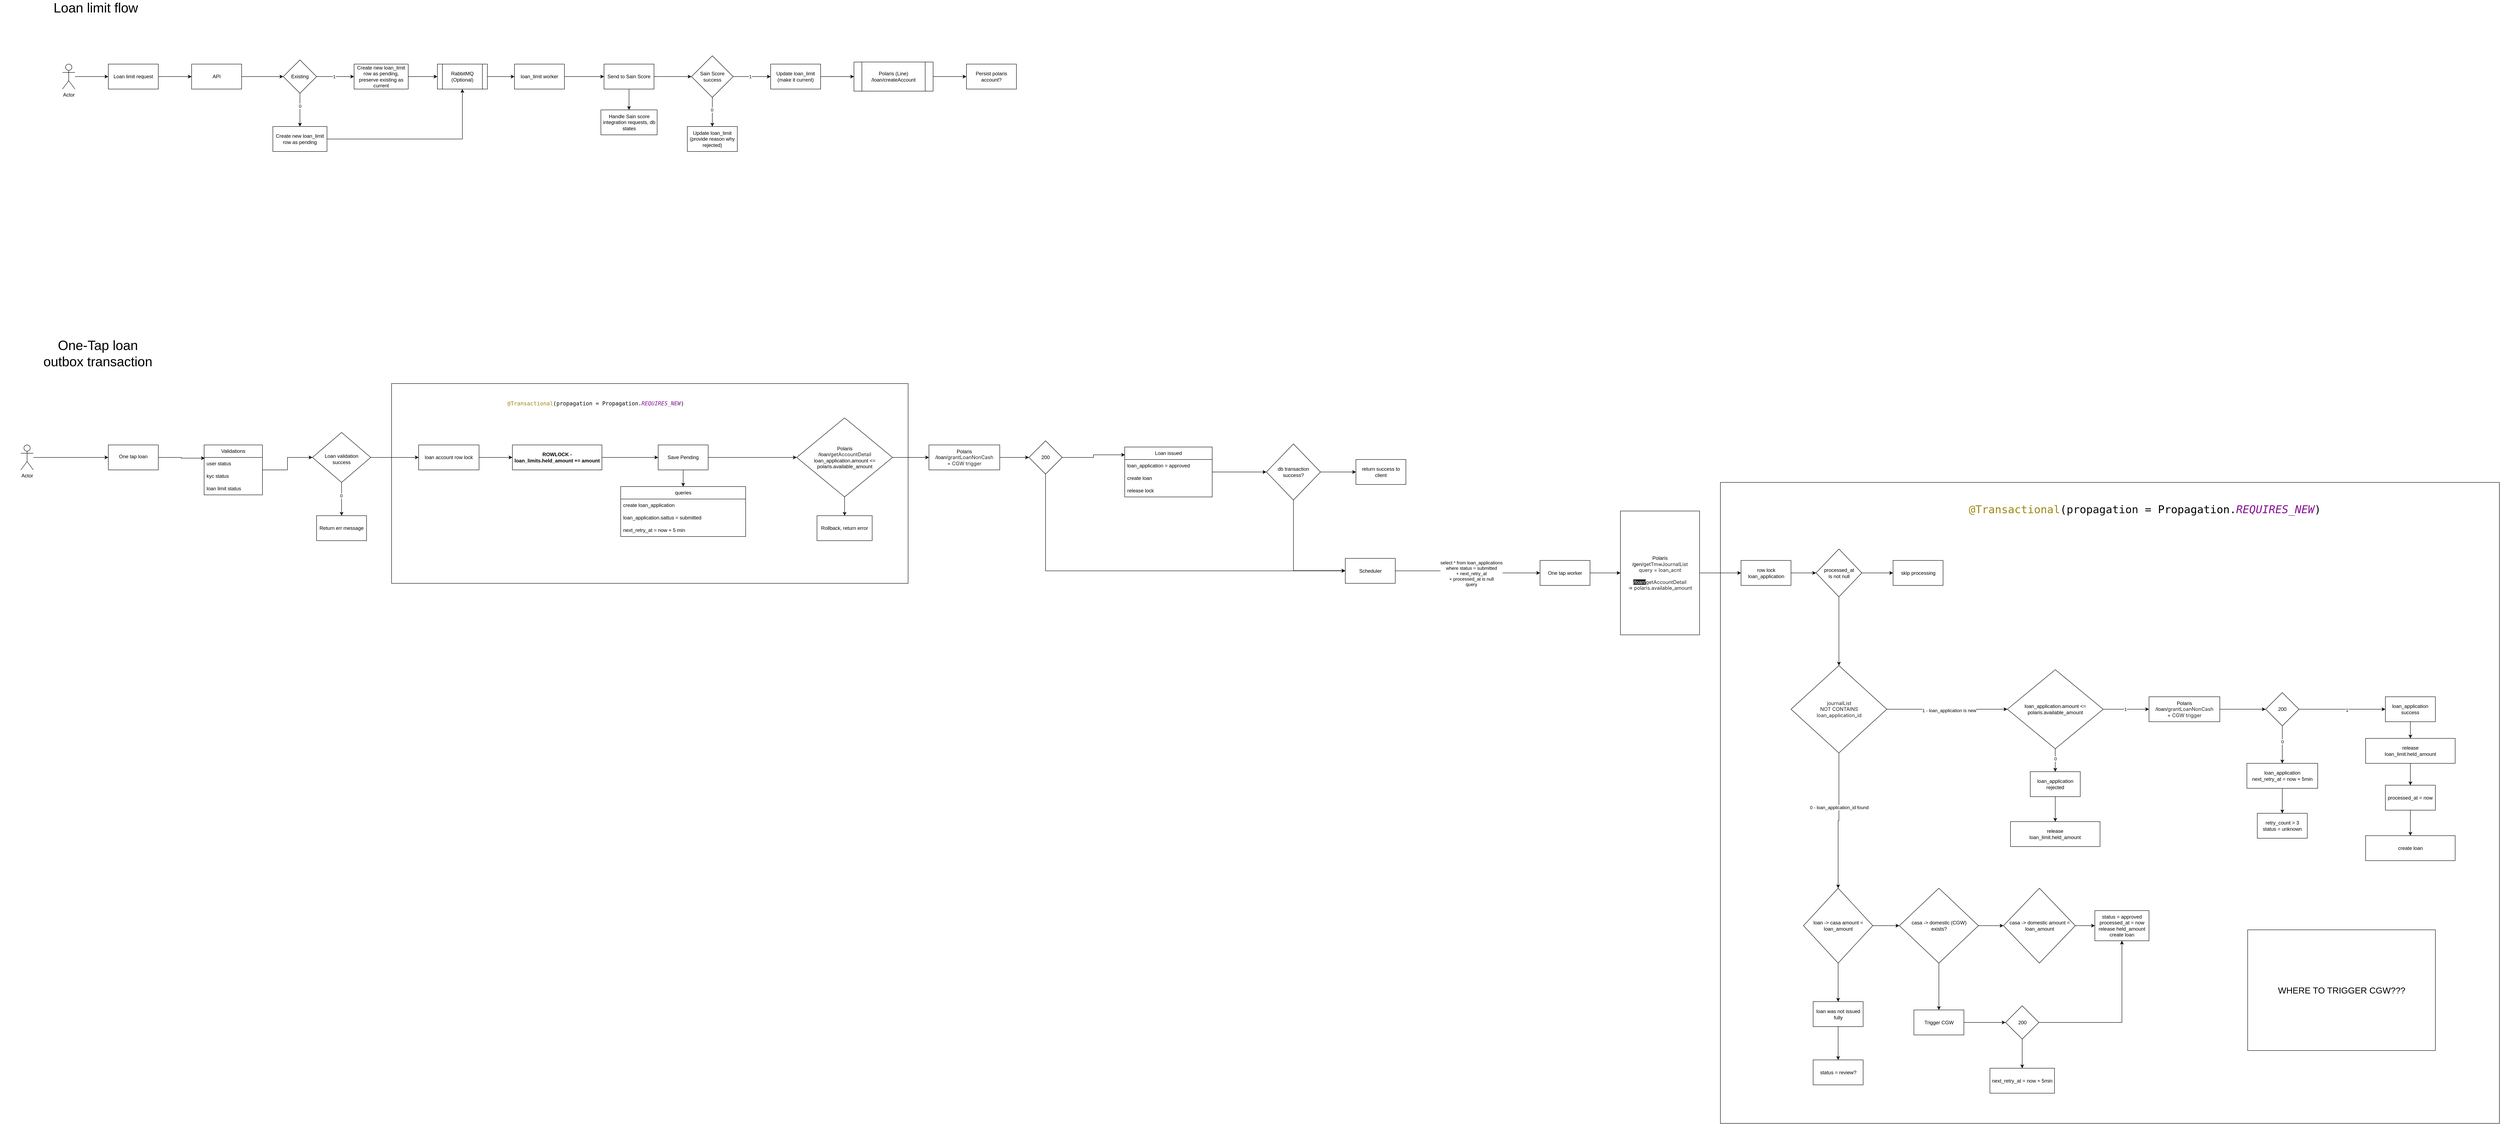
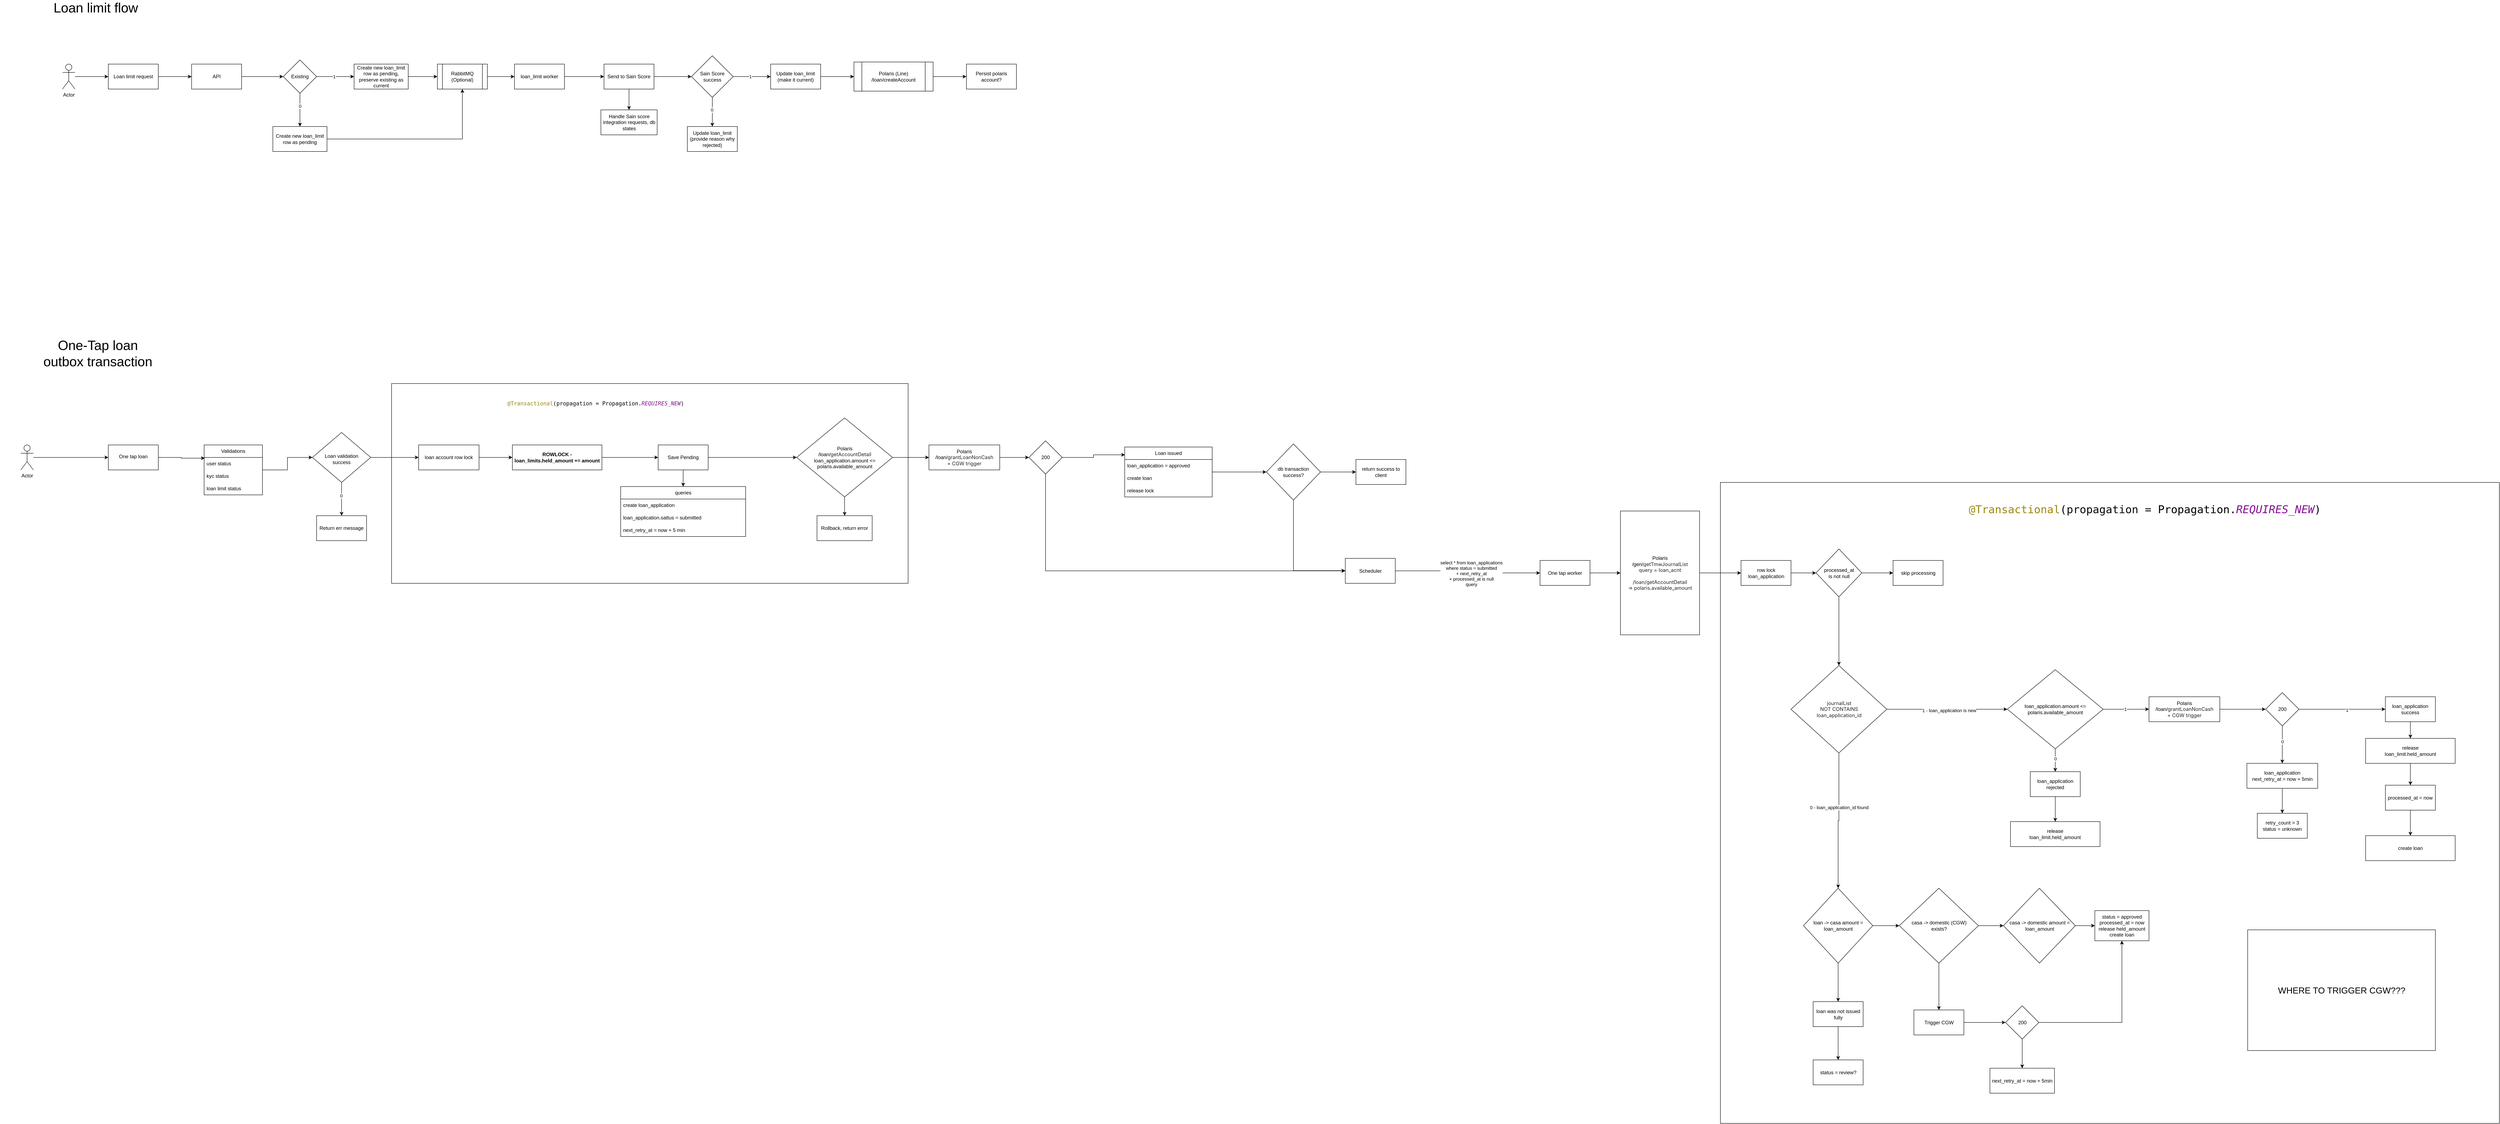
<mxfile host="app.diagrams.net">
  <diagram name="Page-1" id="VCBSuIh8bz7kurrQ0Zaz">
    <mxGraphModel dx="2425" dy="921" grid="1" gridSize="10" guides="1" tooltips="1" connect="1" arrows="1" fold="1" page="1" pageScale="1" pageWidth="850" pageHeight="1100" math="0" shadow="0">
      <root>
        <mxCell id="0" />
        <mxCell id="1" parent="0" />
        <mxCell id="In8fDh9ZLN2M87an2Miy-188" parent="1" style="rounded=0;whiteSpace=wrap;html=1;" value="" vertex="1">
          <mxGeometry height="1540" width="1870" x="4020" y="1215" as="geometry" />
        </mxCell>
        <mxCell id="In8fDh9ZLN2M87an2Miy-172" parent="1" style="rounded=0;whiteSpace=wrap;html=1;" value="" vertex="1">
          <mxGeometry height="480" width="1240" x="830" y="977.5" as="geometry" />
        </mxCell>
        <mxCell id="KqixbsF9o6dLofBvsG9t-5" edge="1" parent="1" source="KqixbsF9o6dLofBvsG9t-1" style="edgeStyle=orthogonalEdgeStyle;rounded=0;orthogonalLoop=1;jettySize=auto;html=1;" target="KqixbsF9o6dLofBvsG9t-4" value="">
          <mxGeometry relative="1" as="geometry" />
        </mxCell>
        <mxCell id="KqixbsF9o6dLofBvsG9t-1" parent="1" style="rounded=0;whiteSpace=wrap;html=1;" value="Loan limit request" vertex="1">
          <mxGeometry height="60" width="120" x="150" y="210" as="geometry" />
        </mxCell>
        <mxCell id="KqixbsF9o6dLofBvsG9t-3" edge="1" parent="1" source="KqixbsF9o6dLofBvsG9t-2" style="edgeStyle=orthogonalEdgeStyle;rounded=0;orthogonalLoop=1;jettySize=auto;html=1;" target="KqixbsF9o6dLofBvsG9t-1" value="">
          <mxGeometry relative="1" as="geometry" />
        </mxCell>
        <mxCell id="KqixbsF9o6dLofBvsG9t-2" parent="1" style="shape=umlActor;verticalLabelPosition=bottom;verticalAlign=top;html=1;outlineConnect=0;" value="Actor" vertex="1">
          <mxGeometry height="60" width="30" x="40" y="210" as="geometry" />
        </mxCell>
        <mxCell id="KqixbsF9o6dLofBvsG9t-9" edge="1" parent="1" source="KqixbsF9o6dLofBvsG9t-4" style="edgeStyle=orthogonalEdgeStyle;rounded=0;orthogonalLoop=1;jettySize=auto;html=1;" target="KqixbsF9o6dLofBvsG9t-8" value="">
          <mxGeometry relative="1" as="geometry" />
        </mxCell>
        <mxCell id="KqixbsF9o6dLofBvsG9t-4" parent="1" style="rounded=0;whiteSpace=wrap;html=1;" value="API" vertex="1">
          <mxGeometry height="60" width="120" x="350" y="210" as="geometry" />
        </mxCell>
        <mxCell id="KqixbsF9o6dLofBvsG9t-11" edge="1" parent="1" source="KqixbsF9o6dLofBvsG9t-8" style="edgeStyle=orthogonalEdgeStyle;rounded=0;orthogonalLoop=1;jettySize=auto;html=1;" target="KqixbsF9o6dLofBvsG9t-10" value="">
          <mxGeometry relative="1" as="geometry" />
        </mxCell>
        <mxCell id="KqixbsF9o6dLofBvsG9t-12" connectable="0" parent="KqixbsF9o6dLofBvsG9t-11" style="edgeLabel;html=1;align=center;verticalAlign=middle;resizable=0;points=[];" value="1" vertex="1">
          <mxGeometry relative="1" x="-0.079" as="geometry">
            <mxPoint as="offset" />
          </mxGeometry>
        </mxCell>
        <mxCell id="KqixbsF9o6dLofBvsG9t-14" edge="1" parent="1" source="KqixbsF9o6dLofBvsG9t-8" style="edgeStyle=orthogonalEdgeStyle;rounded=0;orthogonalLoop=1;jettySize=auto;html=1;" target="KqixbsF9o6dLofBvsG9t-13" value="">
          <mxGeometry relative="1" as="geometry" />
        </mxCell>
        <mxCell id="KqixbsF9o6dLofBvsG9t-15" connectable="0" parent="KqixbsF9o6dLofBvsG9t-14" style="edgeLabel;html=1;align=center;verticalAlign=middle;resizable=0;points=[];" value="0" vertex="1">
          <mxGeometry relative="1" x="-0.2407" as="geometry">
            <mxPoint as="offset" />
          </mxGeometry>
        </mxCell>
        <mxCell id="KqixbsF9o6dLofBvsG9t-8" parent="1" style="rhombus;whiteSpace=wrap;html=1;rounded=0;" value="Existing" vertex="1">
          <mxGeometry height="80" width="80" x="570" y="200" as="geometry" />
        </mxCell>
        <mxCell id="KqixbsF9o6dLofBvsG9t-23" edge="1" parent="1" source="KqixbsF9o6dLofBvsG9t-10" style="edgeStyle=orthogonalEdgeStyle;rounded=0;orthogonalLoop=1;jettySize=auto;html=1;" target="KqixbsF9o6dLofBvsG9t-22" value="">
          <mxGeometry relative="1" as="geometry" />
        </mxCell>
        <mxCell id="KqixbsF9o6dLofBvsG9t-10" parent="1" style="whiteSpace=wrap;html=1;rounded=0;" value="Create new loan_limit row as pending, preserve existing as current" vertex="1">
          <mxGeometry height="60" width="130" x="740" y="210" as="geometry" />
        </mxCell>
        <mxCell id="KqixbsF9o6dLofBvsG9t-26" edge="1" parent="1" source="KqixbsF9o6dLofBvsG9t-13" style="edgeStyle=orthogonalEdgeStyle;rounded=0;orthogonalLoop=1;jettySize=auto;html=1;entryX=0.5;entryY=1;entryDx=0;entryDy=0;" target="KqixbsF9o6dLofBvsG9t-22">
          <mxGeometry relative="1" as="geometry" />
        </mxCell>
        <mxCell id="KqixbsF9o6dLofBvsG9t-13" parent="1" style="whiteSpace=wrap;html=1;rounded=0;" value="Create new loan_limit row as pending" vertex="1">
          <mxGeometry height="60" width="130" x="545" y="360" as="geometry" />
        </mxCell>
        <mxCell id="KqixbsF9o6dLofBvsG9t-25" edge="1" parent="1" source="KqixbsF9o6dLofBvsG9t-22" style="edgeStyle=orthogonalEdgeStyle;rounded=0;orthogonalLoop=1;jettySize=auto;html=1;" target="KqixbsF9o6dLofBvsG9t-24" value="">
          <mxGeometry relative="1" as="geometry" />
        </mxCell>
        <mxCell id="KqixbsF9o6dLofBvsG9t-22" parent="1" style="shape=process;whiteSpace=wrap;html=1;backgroundOutline=1;rounded=0;" value="RabbitMQ (Optional)" vertex="1">
          <mxGeometry height="60" width="120" x="940" y="210" as="geometry" />
        </mxCell>
        <mxCell id="KqixbsF9o6dLofBvsG9t-28" edge="1" parent="1" source="KqixbsF9o6dLofBvsG9t-24" style="edgeStyle=orthogonalEdgeStyle;rounded=0;orthogonalLoop=1;jettySize=auto;html=1;" target="KqixbsF9o6dLofBvsG9t-27" value="">
          <mxGeometry relative="1" as="geometry" />
        </mxCell>
        <mxCell id="KqixbsF9o6dLofBvsG9t-24" parent="1" style="whiteSpace=wrap;html=1;rounded=0;" value="loan_limit worker" vertex="1">
          <mxGeometry height="60" width="120" x="1125" y="210" as="geometry" />
        </mxCell>
        <mxCell id="KqixbsF9o6dLofBvsG9t-30" edge="1" parent="1" source="KqixbsF9o6dLofBvsG9t-27" style="edgeStyle=orthogonalEdgeStyle;rounded=0;orthogonalLoop=1;jettySize=auto;html=1;" target="KqixbsF9o6dLofBvsG9t-29" value="">
          <mxGeometry relative="1" as="geometry" />
        </mxCell>
        <mxCell id="KqixbsF9o6dLofBvsG9t-38" edge="1" parent="1" source="KqixbsF9o6dLofBvsG9t-27" style="edgeStyle=orthogonalEdgeStyle;rounded=0;orthogonalLoop=1;jettySize=auto;html=1;" target="KqixbsF9o6dLofBvsG9t-37" value="">
          <mxGeometry relative="1" as="geometry" />
        </mxCell>
        <mxCell id="KqixbsF9o6dLofBvsG9t-27" parent="1" style="whiteSpace=wrap;html=1;rounded=0;" value="Send to Sain Score" vertex="1">
          <mxGeometry height="60" width="120" x="1340" y="210" as="geometry" />
        </mxCell>
        <mxCell id="KqixbsF9o6dLofBvsG9t-32" edge="1" parent="1" source="KqixbsF9o6dLofBvsG9t-29" style="edgeStyle=orthogonalEdgeStyle;rounded=0;orthogonalLoop=1;jettySize=auto;html=1;" target="KqixbsF9o6dLofBvsG9t-31" value="">
          <mxGeometry relative="1" as="geometry" />
        </mxCell>
        <mxCell id="KqixbsF9o6dLofBvsG9t-33" connectable="0" parent="KqixbsF9o6dLofBvsG9t-32" style="edgeLabel;html=1;align=center;verticalAlign=middle;resizable=0;points=[];" value="1" vertex="1">
          <mxGeometry relative="1" x="-0.1048" as="geometry">
            <mxPoint as="offset" />
          </mxGeometry>
        </mxCell>
        <mxCell id="KqixbsF9o6dLofBvsG9t-35" edge="1" parent="1" source="KqixbsF9o6dLofBvsG9t-29" style="edgeStyle=orthogonalEdgeStyle;rounded=0;orthogonalLoop=1;jettySize=auto;html=1;" target="KqixbsF9o6dLofBvsG9t-34" value="">
          <mxGeometry relative="1" as="geometry" />
        </mxCell>
        <mxCell id="KqixbsF9o6dLofBvsG9t-36" connectable="0" parent="KqixbsF9o6dLofBvsG9t-35" style="edgeLabel;html=1;align=center;verticalAlign=middle;resizable=0;points=[];" value="0" vertex="1">
          <mxGeometry relative="1" x="-0.1429" y="-1" as="geometry">
            <mxPoint as="offset" />
          </mxGeometry>
        </mxCell>
        <mxCell id="KqixbsF9o6dLofBvsG9t-29" parent="1" style="rhombus;whiteSpace=wrap;html=1;rounded=0;" value="Sain Score success" vertex="1">
          <mxGeometry height="100" width="100" x="1550" y="190" as="geometry" />
        </mxCell>
        <mxCell id="KqixbsF9o6dLofBvsG9t-66" edge="1" parent="1" source="KqixbsF9o6dLofBvsG9t-31" style="edgeStyle=orthogonalEdgeStyle;rounded=0;orthogonalLoop=1;jettySize=auto;html=1;" target="KqixbsF9o6dLofBvsG9t-65" value="">
          <mxGeometry relative="1" as="geometry" />
        </mxCell>
        <mxCell id="KqixbsF9o6dLofBvsG9t-31" parent="1" style="whiteSpace=wrap;html=1;rounded=0;" value="Update loan_limit (make it current)" vertex="1">
          <mxGeometry height="60" width="120" x="1740" y="210" as="geometry" />
        </mxCell>
        <mxCell id="KqixbsF9o6dLofBvsG9t-34" parent="1" style="whiteSpace=wrap;html=1;rounded=0;" value="Update loan_limit&lt;br&gt;(provide reason why rejected)" vertex="1">
          <mxGeometry height="60" width="120" x="1540" y="360" as="geometry" />
        </mxCell>
        <mxCell id="KqixbsF9o6dLofBvsG9t-37" parent="1" style="whiteSpace=wrap;html=1;rounded=0;" value="Handle Sain score integration requests, db states" vertex="1">
          <mxGeometry height="60" width="135" x="1332.5" y="320" as="geometry" />
        </mxCell>
        <mxCell id="KqixbsF9o6dLofBvsG9t-40" parent="1" style="text;html=1;whiteSpace=wrap;strokeColor=none;fillColor=none;align=center;verticalAlign=middle;rounded=0;fontSize=32;" value="Loan limit flow" vertex="1">
          <mxGeometry height="30" width="260" x="-10" y="60" as="geometry" />
        </mxCell>
        <mxCell id="KqixbsF9o6dLofBvsG9t-74" edge="1" parent="1" source="KqixbsF9o6dLofBvsG9t-65" style="edgeStyle=orthogonalEdgeStyle;rounded=0;orthogonalLoop=1;jettySize=auto;html=1;" target="KqixbsF9o6dLofBvsG9t-73" value="">
          <mxGeometry relative="1" as="geometry" />
        </mxCell>
        <mxCell id="KqixbsF9o6dLofBvsG9t-65" parent="1" style="shape=process;whiteSpace=wrap;html=1;backgroundOutline=1;rounded=0;" value="Polaris (Line)&lt;br&gt;/loan/createAccount" vertex="1">
          <mxGeometry height="70" width="190" x="1940" y="205" as="geometry" />
        </mxCell>
        <mxCell id="KqixbsF9o6dLofBvsG9t-73" parent="1" style="whiteSpace=wrap;html=1;rounded=0;" value="Persist polaris account?" vertex="1">
          <mxGeometry height="60" width="120" x="2210" y="210" as="geometry" />
        </mxCell>
        <mxCell id="U8Ajh8Gpa-m2DNKNFQys-1" parent="1" style="text;html=1;whiteSpace=wrap;strokeColor=none;fillColor=none;align=center;verticalAlign=middle;rounded=0;fontSize=32;" value="One-Tap loan&lt;br&gt;outbox transaction" vertex="1">
          <mxGeometry height="30" width="470" x="-110" y="890" as="geometry" />
        </mxCell>
        <mxCell id="In8fDh9ZLN2M87an2Miy-1" edge="1" parent="1" source="In8fDh9ZLN2M87an2Miy-2" style="edgeStyle=orthogonalEdgeStyle;rounded=0;orthogonalLoop=1;jettySize=auto;html=1;" target="In8fDh9ZLN2M87an2Miy-4" value="">
          <mxGeometry relative="1" as="geometry" />
        </mxCell>
        <mxCell id="In8fDh9ZLN2M87an2Miy-2" parent="1" style="shape=umlActor;verticalLabelPosition=bottom;verticalAlign=top;html=1;outlineConnect=0;" value="Actor" vertex="1">
          <mxGeometry height="60" width="30" x="-60" y="1125" as="geometry" />
        </mxCell>
        <mxCell id="In8fDh9ZLN2M87an2Miy-3" edge="1" parent="1" source="In8fDh9ZLN2M87an2Miy-4" style="edgeStyle=orthogonalEdgeStyle;rounded=0;orthogonalLoop=1;jettySize=auto;html=1;entryX=0.011;entryY=0.06;entryDx=0;entryDy=0;entryPerimeter=0;" target="In8fDh9ZLN2M87an2Miy-28" value="">
          <mxGeometry relative="1" as="geometry">
            <mxPoint x="360" y="1155" as="targetPoint" />
          </mxGeometry>
        </mxCell>
        <mxCell id="In8fDh9ZLN2M87an2Miy-4" parent="1" style="whiteSpace=wrap;html=1;verticalAlign=top;" value="&lt;div&gt;&lt;br&gt;&lt;/div&gt;&lt;div&gt;One tap loan&lt;/div&gt;" vertex="1">
          <mxGeometry height="60" width="120" x="150" y="1125" as="geometry" />
        </mxCell>
        <mxCell id="In8fDh9ZLN2M87an2Miy-7" edge="1" parent="1" source="In8fDh9ZLN2M87an2Miy-9" style="edgeStyle=orthogonalEdgeStyle;rounded=0;orthogonalLoop=1;jettySize=auto;html=1;" target="In8fDh9ZLN2M87an2Miy-13" value="">
          <mxGeometry relative="1" as="geometry" />
        </mxCell>
        <mxCell id="In8fDh9ZLN2M87an2Miy-8" connectable="0" parent="In8fDh9ZLN2M87an2Miy-7" style="edgeLabel;html=1;align=center;verticalAlign=middle;resizable=0;points=[];" value="0" vertex="1">
          <mxGeometry relative="1" x="-0.2091" y="-1" as="geometry">
            <mxPoint as="offset" />
          </mxGeometry>
        </mxCell>
        <mxCell id="In8fDh9ZLN2M87an2Miy-163" edge="1" parent="1" source="In8fDh9ZLN2M87an2Miy-9" style="edgeStyle=orthogonalEdgeStyle;rounded=0;orthogonalLoop=1;jettySize=auto;html=1;entryX=0;entryY=0.5;entryDx=0;entryDy=0;" target="In8fDh9ZLN2M87an2Miy-161">
          <mxGeometry relative="1" as="geometry" />
        </mxCell>
        <mxCell id="In8fDh9ZLN2M87an2Miy-9" parent="1" style="rhombus;whiteSpace=wrap;html=1;verticalAlign=top;" value="&lt;br&gt;&lt;br&gt;&lt;div&gt;&lt;br&gt;&lt;/div&gt;&lt;div&gt;Loan validation&lt;br&gt;success&lt;/div&gt;" vertex="1">
          <mxGeometry height="120" width="140" x="640" y="1095" as="geometry" />
        </mxCell>
        <mxCell id="In8fDh9ZLN2M87an2Miy-10" edge="1" parent="1" source="In8fDh9ZLN2M87an2Miy-12" style="edgeStyle=orthogonalEdgeStyle;rounded=0;orthogonalLoop=1;jettySize=auto;html=1;entryX=0.5;entryY=0;entryDx=0;entryDy=0;" target="In8fDh9ZLN2M87an2Miy-14">
          <mxGeometry relative="1" as="geometry" />
        </mxCell>
        <mxCell id="In8fDh9ZLN2M87an2Miy-54" edge="1" parent="1" source="In8fDh9ZLN2M87an2Miy-105" style="edgeStyle=orthogonalEdgeStyle;rounded=0;orthogonalLoop=1;jettySize=auto;html=1;exitX=1;exitY=0.5;exitDx=0;exitDy=0;" target="In8fDh9ZLN2M87an2Miy-53" value="">
          <mxGeometry relative="1" as="geometry">
            <mxPoint x="3329.5" y="1432.5" as="sourcePoint" />
          </mxGeometry>
        </mxCell>
        <mxCell id="In8fDh9ZLN2M87an2Miy-55" connectable="0" parent="In8fDh9ZLN2M87an2Miy-54" style="edgeLabel;html=1;align=center;verticalAlign=middle;resizable=0;points=[];" value="select * from loan_applications&lt;br&gt;where status = submitted&lt;br&gt;+ next_retry_at&lt;br&gt;+ processed_at is null&lt;br&gt;query" vertex="1">
          <mxGeometry relative="1" x="0.0637" y="-1" as="geometry">
            <mxPoint as="offset" />
          </mxGeometry>
        </mxCell>
        <mxCell id="In8fDh9ZLN2M87an2Miy-173" edge="1" parent="1" source="In8fDh9ZLN2M87an2Miy-12" style="edgeStyle=orthogonalEdgeStyle;rounded=0;orthogonalLoop=1;jettySize=auto;html=1;entryX=0;entryY=0.5;entryDx=0;entryDy=0;" target="In8fDh9ZLN2M87an2Miy-152">
          <mxGeometry relative="1" as="geometry" />
        </mxCell>
        <mxCell id="In8fDh9ZLN2M87an2Miy-12" parent="1" style="whiteSpace=wrap;html=1;verticalAlign=middle;" value="Save Pending" vertex="1">
          <mxGeometry height="60" width="120" x="1470" y="1125" as="geometry" />
        </mxCell>
        <mxCell id="In8fDh9ZLN2M87an2Miy-13" parent="1" style="whiteSpace=wrap;html=1;verticalAlign=middle;" value="Return err message" vertex="1">
          <mxGeometry height="60" width="120" x="650" y="1295" as="geometry" />
        </mxCell>
        <mxCell id="In8fDh9ZLN2M87an2Miy-14" parent="1" style="swimlane;fontStyle=0;childLayout=stackLayout;horizontal=1;startSize=30;horizontalStack=0;resizeParent=1;resizeParentMax=0;resizeLast=0;collapsible=1;marginBottom=0;whiteSpace=wrap;html=1;" value="queries" vertex="1">
          <mxGeometry height="120" width="300" x="1380" y="1225" as="geometry" />
        </mxCell>
        <mxCell id="In8fDh9ZLN2M87an2Miy-15" parent="In8fDh9ZLN2M87an2Miy-14" style="text;strokeColor=none;fillColor=none;align=left;verticalAlign=middle;spacingLeft=4;spacingRight=4;overflow=hidden;points=[[0,0.5],[1,0.5]];portConstraint=eastwest;rotatable=0;whiteSpace=wrap;html=1;" value="create loan_application" vertex="1">
          <mxGeometry height="30" width="300" y="30" as="geometry" />
        </mxCell>
        <mxCell id="In8fDh9ZLN2M87an2Miy-104" parent="In8fDh9ZLN2M87an2Miy-14" style="text;strokeColor=none;fillColor=none;align=left;verticalAlign=middle;spacingLeft=4;spacingRight=4;overflow=hidden;points=[[0,0.5],[1,0.5]];portConstraint=eastwest;rotatable=0;whiteSpace=wrap;html=1;" value="loan_application.sattus = submitted" vertex="1">
          <mxGeometry height="30" width="300" y="60" as="geometry" />
        </mxCell>
        <mxCell id="In8fDh9ZLN2M87an2Miy-17" parent="In8fDh9ZLN2M87an2Miy-14" style="text;strokeColor=none;fillColor=none;align=left;verticalAlign=middle;spacingLeft=4;spacingRight=4;overflow=hidden;points=[[0,0.5],[1,0.5]];portConstraint=eastwest;rotatable=0;whiteSpace=wrap;html=1;" value="next_retry_at = now + 5 min" vertex="1">
          <mxGeometry height="30" width="300" y="90" as="geometry" />
        </mxCell>
        <mxCell id="In8fDh9ZLN2M87an2Miy-32" edge="1" parent="1" source="In8fDh9ZLN2M87an2Miy-27" style="edgeStyle=orthogonalEdgeStyle;rounded=0;orthogonalLoop=1;jettySize=auto;html=1;entryX=0;entryY=0.5;entryDx=0;entryDy=0;" target="In8fDh9ZLN2M87an2Miy-9">
          <mxGeometry relative="1" as="geometry" />
        </mxCell>
        <mxCell id="In8fDh9ZLN2M87an2Miy-27" parent="1" style="swimlane;fontStyle=0;childLayout=stackLayout;horizontal=1;startSize=30;horizontalStack=0;resizeParent=1;resizeParentMax=0;resizeLast=0;collapsible=1;marginBottom=0;whiteSpace=wrap;html=1;" value="Validations" vertex="1">
          <mxGeometry height="120" width="140" x="380" y="1125" as="geometry" />
        </mxCell>
        <mxCell id="In8fDh9ZLN2M87an2Miy-28" parent="In8fDh9ZLN2M87an2Miy-27" style="text;strokeColor=none;fillColor=none;align=left;verticalAlign=middle;spacingLeft=4;spacingRight=4;overflow=hidden;points=[[0,0.5],[1,0.5]];portConstraint=eastwest;rotatable=0;whiteSpace=wrap;html=1;" value="user status" vertex="1">
          <mxGeometry height="30" width="140" y="30" as="geometry" />
        </mxCell>
        <mxCell id="In8fDh9ZLN2M87an2Miy-29" parent="In8fDh9ZLN2M87an2Miy-27" style="text;strokeColor=none;fillColor=none;align=left;verticalAlign=middle;spacingLeft=4;spacingRight=4;overflow=hidden;points=[[0,0.5],[1,0.5]];portConstraint=eastwest;rotatable=0;whiteSpace=wrap;html=1;" value="kyc status" vertex="1">
          <mxGeometry height="30" width="140" y="60" as="geometry" />
        </mxCell>
        <mxCell id="In8fDh9ZLN2M87an2Miy-33" parent="In8fDh9ZLN2M87an2Miy-27" style="text;strokeColor=none;fillColor=none;align=left;verticalAlign=middle;spacingLeft=4;spacingRight=4;overflow=hidden;points=[[0,0.5],[1,0.5]];portConstraint=eastwest;rotatable=0;whiteSpace=wrap;html=1;" value="loan limit status" vertex="1">
          <mxGeometry height="30" width="140" y="90" as="geometry" />
        </mxCell>
        <mxCell id="In8fDh9ZLN2M87an2Miy-116" edge="1" parent="1" source="In8fDh9ZLN2M87an2Miy-53" style="edgeStyle=orthogonalEdgeStyle;rounded=0;orthogonalLoop=1;jettySize=auto;html=1;entryX=0;entryY=0.5;entryDx=0;entryDy=0;" target="In8fDh9ZLN2M87an2Miy-68">
          <mxGeometry relative="1" as="geometry" />
        </mxCell>
        <mxCell id="In8fDh9ZLN2M87an2Miy-53" parent="1" style="whiteSpace=wrap;html=1;" value="One tap worker" vertex="1">
          <mxGeometry height="60" width="120" x="3587" y="1402.5" as="geometry" />
        </mxCell>
        <mxCell id="In8fDh9ZLN2M87an2Miy-67" edge="1" parent="1" source="In8fDh9ZLN2M87an2Miy-58" style="edgeStyle=orthogonalEdgeStyle;rounded=0;orthogonalLoop=1;jettySize=auto;html=1;entryX=0;entryY=0.5;entryDx=0;entryDy=0;" target="In8fDh9ZLN2M87an2Miy-66" value="">
          <mxGeometry relative="1" as="geometry">
            <mxPoint x="5343.87" y="1760" as="targetPoint" />
          </mxGeometry>
        </mxCell>
        <mxCell id="In8fDh9ZLN2M87an2Miy-58" parent="1" style="whiteSpace=wrap;html=1;" value="Polaris /loan/&lt;span style=&quot;color: rgb(33, 33, 33); font-family: Inter, system-ui, -apple-system, &amp;quot;system-ui&amp;quot;, &amp;quot;Segoe UI&amp;quot;, Roboto, Oxygen, Ubuntu, Cantarell, &amp;quot;Fira Sans&amp;quot;, &amp;quot;Droid Sans&amp;quot;, Helvetica, Arial, sans-serif; text-align: left; white-space: pre-wrap; background-color: rgb(255, 255, 255);&quot;&gt;grantLoanNonCash&lt;br/&gt;+ CGW trigger&lt;/span&gt;" vertex="1">
          <mxGeometry height="60" width="170" x="5048.87" y="1730" as="geometry" />
        </mxCell>
        <mxCell id="In8fDh9ZLN2M87an2Miy-62" edge="1" parent="1" source="In8fDh9ZLN2M87an2Miy-59" style="edgeStyle=orthogonalEdgeStyle;rounded=0;orthogonalLoop=1;jettySize=auto;html=1;" target="In8fDh9ZLN2M87an2Miy-61" value="">
          <mxGeometry relative="1" as="geometry" />
        </mxCell>
        <mxCell id="In8fDh9ZLN2M87an2Miy-91" connectable="0" parent="In8fDh9ZLN2M87an2Miy-62" style="edgeLabel;html=1;align=center;verticalAlign=middle;resizable=0;points=[];" value="0" vertex="1">
          <mxGeometry relative="1" x="-0.1431" as="geometry">
            <mxPoint as="offset" />
          </mxGeometry>
        </mxCell>
        <mxCell id="In8fDh9ZLN2M87an2Miy-65" edge="1" parent="1" source="In8fDh9ZLN2M87an2Miy-59" style="edgeStyle=orthogonalEdgeStyle;rounded=0;orthogonalLoop=1;jettySize=auto;html=1;" target="In8fDh9ZLN2M87an2Miy-58">
          <mxGeometry relative="1" as="geometry" />
        </mxCell>
        <mxCell id="In8fDh9ZLN2M87an2Miy-90" connectable="0" parent="In8fDh9ZLN2M87an2Miy-65" style="edgeLabel;html=1;align=center;verticalAlign=middle;resizable=0;points=[];" value="1" vertex="1">
          <mxGeometry relative="1" x="-0.0451" as="geometry">
            <mxPoint as="offset" />
          </mxGeometry>
        </mxCell>
        <mxCell id="In8fDh9ZLN2M87an2Miy-59" parent="1" style="rhombus;whiteSpace=wrap;html=1;" value="loan_application.amount &amp;lt;= polaris.available_amount" vertex="1">
          <mxGeometry height="190" width="230" x="4708.87" y="1665" as="geometry" />
        </mxCell>
        <mxCell id="In8fDh9ZLN2M87an2Miy-64" edge="1" parent="1" source="In8fDh9ZLN2M87an2Miy-61" style="edgeStyle=orthogonalEdgeStyle;rounded=0;orthogonalLoop=1;jettySize=auto;html=1;" target="In8fDh9ZLN2M87an2Miy-63" value="">
          <mxGeometry relative="1" as="geometry" />
        </mxCell>
        <mxCell id="In8fDh9ZLN2M87an2Miy-61" parent="1" style="whiteSpace=wrap;html=1;" value="loan_application&lt;br&gt;rejected" vertex="1">
          <mxGeometry height="60" width="120" x="4763.87" y="1910" as="geometry" />
        </mxCell>
        <mxCell id="In8fDh9ZLN2M87an2Miy-63" parent="1" style="whiteSpace=wrap;html=1;" value="release &lt;br&gt;loan_limit.held_amount" vertex="1">
          <mxGeometry height="60" width="215" x="4716.37" y="2030" as="geometry" />
        </mxCell>
        <mxCell id="In8fDh9ZLN2M87an2Miy-81" edge="1" parent="1" source="In8fDh9ZLN2M87an2Miy-66" style="edgeStyle=orthogonalEdgeStyle;rounded=0;orthogonalLoop=1;jettySize=auto;html=1;entryX=0;entryY=0.5;entryDx=0;entryDy=0;" target="In8fDh9ZLN2M87an2Miy-79">
          <mxGeometry relative="1" as="geometry" />
        </mxCell>
        <mxCell id="In8fDh9ZLN2M87an2Miy-92" connectable="0" parent="In8fDh9ZLN2M87an2Miy-81" style="edgeLabel;html=1;align=center;verticalAlign=middle;resizable=0;points=[];" value="1" vertex="1">
          <mxGeometry relative="1" x="0.1055" y="-2" as="geometry">
            <mxPoint as="offset" />
          </mxGeometry>
        </mxCell>
        <mxCell id="In8fDh9ZLN2M87an2Miy-83" edge="1" parent="1" source="In8fDh9ZLN2M87an2Miy-66" style="edgeStyle=orthogonalEdgeStyle;rounded=0;orthogonalLoop=1;jettySize=auto;html=1;" target="In8fDh9ZLN2M87an2Miy-82" value="">
          <mxGeometry relative="1" as="geometry" />
        </mxCell>
        <mxCell id="In8fDh9ZLN2M87an2Miy-93" connectable="0" parent="In8fDh9ZLN2M87an2Miy-83" style="edgeLabel;html=1;align=center;verticalAlign=middle;resizable=0;points=[];" value="0" vertex="1">
          <mxGeometry relative="1" x="-0.1623" as="geometry">
            <mxPoint as="offset" />
          </mxGeometry>
        </mxCell>
        <mxCell id="In8fDh9ZLN2M87an2Miy-66" parent="1" style="rhombus;whiteSpace=wrap;html=1;" value="200" vertex="1">
          <mxGeometry height="80" width="80" x="5328.87" y="1720" as="geometry" />
        </mxCell>
        <mxCell id="In8fDh9ZLN2M87an2Miy-119" edge="1" parent="1" source="In8fDh9ZLN2M87an2Miy-68" style="edgeStyle=orthogonalEdgeStyle;rounded=0;orthogonalLoop=1;jettySize=auto;html=1;" target="In8fDh9ZLN2M87an2Miy-118" value="">
          <mxGeometry relative="1" as="geometry" />
        </mxCell>
-         <mxCell id="In8fDh9ZLN2M87an2Miy-68" parent="1" style="whiteSpace=wrap;html=1;" value="Polaris&lt;br&gt;/gen/&lt;span style=&quot;white-space: pre-wrap; color: rgb(33, 33, 33); font-family: Inter, system-ui, -apple-system, &amp;quot;system-ui&amp;quot;, &amp;quot;Segoe UI&amp;quot;, Roboto, Oxygen, Ubuntu, Cantarell, &amp;quot;Fira Sans&amp;quot;, &amp;quot;Droid Sans&amp;quot;, Helvetica, Arial, sans-serif; text-align: left; background-color: rgb(255, 255, 255);&quot;&gt;getTmwJournalList&lt;br&gt;query = loan_acnt&lt;br/&gt;&lt;br/&gt;&lt;span style=&quot;color: rgb(255, 255, 255); font-family: Helvetica; text-align: center; white-space: normal; background-color: rgb(27, 29, 30);&quot;&gt;/loan/&lt;/span&gt;&lt;span style=&quot;color: rgb(33, 33, 33); background-color: rgb(255, 255, 255);&quot;&gt;getAccountDetail&lt;br/&gt;-&amp;gt; polaris.available_amount&lt;/span&gt;&lt;/span&gt;" vertex="1">
+         <mxCell id="In8fDh9ZLN2M87an2Miy-68" parent="1" style="whiteSpace=wrap;html=1;" value="Polaris&lt;br&gt;/gen/&lt;span style=&quot;white-space: pre-wrap; color: rgb(33, 33, 33); font-family: Inter, system-ui, -apple-system, &amp;quot;system-ui&amp;quot;, &amp;quot;Segoe UI&amp;quot;, Roboto, Oxygen, Ubuntu, Cantarell, &amp;quot;Fira Sans&amp;quot;, &amp;quot;Droid Sans&amp;quot;, Helvetica, Arial, sans-serif; text-align: left; background-color: rgb(255, 255, 255);&quot;&gt;getTmwJournalList&lt;br&gt;query = loan_acnt&lt;br&gt;&lt;span style=&quot;color: rgb(33, 33, 33); background-color: rgb(255, 255, 255);&quot;&gt;&lt;br/&gt;/loan/getAccountDetail&lt;br&gt;-&amp;gt; polaris.available_amount&lt;/span&gt;&lt;/span&gt;" vertex="1">
          <mxGeometry height="297.5" width="190" x="3780" y="1283.75" as="geometry" />
        </mxCell>
        <mxCell id="In8fDh9ZLN2M87an2Miy-71" edge="1" parent="1" source="In8fDh9ZLN2M87an2Miy-69" style="edgeStyle=orthogonalEdgeStyle;rounded=0;orthogonalLoop=1;jettySize=auto;html=1;entryX=0;entryY=0.5;entryDx=0;entryDy=0;" target="In8fDh9ZLN2M87an2Miy-59">
          <mxGeometry relative="1" as="geometry" />
        </mxCell>
        <mxCell id="In8fDh9ZLN2M87an2Miy-77" connectable="0" parent="In8fDh9ZLN2M87an2Miy-71" style="edgeLabel;html=1;align=center;verticalAlign=middle;resizable=0;points=[];" value="1 - loan_application is new" vertex="1">
          <mxGeometry relative="1" x="0.0312" y="-3" as="geometry">
            <mxPoint as="offset" />
          </mxGeometry>
        </mxCell>
        <mxCell id="In8fDh9ZLN2M87an2Miy-73" edge="1" parent="1" source="In8fDh9ZLN2M87an2Miy-69" style="edgeStyle=orthogonalEdgeStyle;rounded=0;orthogonalLoop=1;jettySize=auto;html=1;entryX=0.5;entryY=0;entryDx=0;entryDy=0;" target="In8fDh9ZLN2M87an2Miy-111" value="">
          <mxGeometry relative="1" as="geometry">
            <mxPoint x="4303.87" y="1960" as="targetPoint" />
          </mxGeometry>
        </mxCell>
        <mxCell id="In8fDh9ZLN2M87an2Miy-74" connectable="0" parent="In8fDh9ZLN2M87an2Miy-73" style="edgeLabel;html=1;align=center;verticalAlign=middle;resizable=0;points=[];" value="0 - loan_application_id found" vertex="1">
          <mxGeometry relative="1" x="-0.1975" as="geometry">
            <mxPoint as="offset" />
          </mxGeometry>
        </mxCell>
        <mxCell id="In8fDh9ZLN2M87an2Miy-69" parent="1" style="rhombus;whiteSpace=wrap;html=1;verticalAlign=middle;" value="&lt;div style=&quot;text-align: center;&quot;&gt;&lt;span style=&quot;background-color: light-dark(rgb(255, 255, 255), rgb(18, 18, 18)); color: light-dark(rgb(33, 33, 33), rgb(209, 209, 209)); font-family: Inter, system-ui, -apple-system, &amp;quot;system-ui&amp;quot;, &amp;quot;Segoe UI&amp;quot;, Roboto, Oxygen, Ubuntu, Cantarell, &amp;quot;Fira Sans&amp;quot;, &amp;quot;Droid Sans&amp;quot;, Helvetica, Arial, sans-serif; text-align: left; white-space: pre-wrap;&quot;&gt;journalList&lt;br&gt;NOT CONTAINS&lt;/span&gt;&lt;/div&gt;&lt;span style=&quot;white-space: pre-wrap; color: rgb(33, 33, 33); font-family: Inter, system-ui, -apple-system, &amp;quot;system-ui&amp;quot;, &amp;quot;Segoe UI&amp;quot;, Roboto, Oxygen, Ubuntu, Cantarell, &amp;quot;Fira Sans&amp;quot;, &amp;quot;Droid Sans&amp;quot;, Helvetica, Arial, sans-serif; text-align: left; background-color: rgb(255, 255, 255);&quot;&gt;loan_application_id&lt;/span&gt;" vertex="1">
          <mxGeometry height="210" width="230" x="4189.5" y="1655" as="geometry" />
        </mxCell>
        <mxCell id="In8fDh9ZLN2M87an2Miy-78" edge="1" parent="1" source="In8fDh9ZLN2M87an2Miy-79" style="edgeStyle=orthogonalEdgeStyle;rounded=0;orthogonalLoop=1;jettySize=auto;html=1;" target="In8fDh9ZLN2M87an2Miy-80" value="">
          <mxGeometry relative="1" as="geometry" />
        </mxCell>
        <mxCell id="In8fDh9ZLN2M87an2Miy-79" parent="1" style="whiteSpace=wrap;html=1;" value="loan_application&lt;br&gt;success" vertex="1">
          <mxGeometry height="60" width="120" x="5616.37" y="1730" as="geometry" />
        </mxCell>
        <mxCell id="In8fDh9ZLN2M87an2Miy-132" edge="1" parent="1" source="In8fDh9ZLN2M87an2Miy-80" style="edgeStyle=orthogonalEdgeStyle;rounded=0;orthogonalLoop=1;jettySize=auto;html=1;" target="In8fDh9ZLN2M87an2Miy-131" value="">
          <mxGeometry relative="1" as="geometry" />
        </mxCell>
        <mxCell id="In8fDh9ZLN2M87an2Miy-80" parent="1" style="whiteSpace=wrap;html=1;" value="release &lt;br&gt;loan_limit.held_amount" vertex="1">
          <mxGeometry height="60" width="215" x="5568.87" y="1830" as="geometry" />
        </mxCell>
        <mxCell id="In8fDh9ZLN2M87an2Miy-95" edge="1" parent="1" source="In8fDh9ZLN2M87an2Miy-82" style="edgeStyle=orthogonalEdgeStyle;rounded=0;orthogonalLoop=1;jettySize=auto;html=1;" target="In8fDh9ZLN2M87an2Miy-94" value="">
          <mxGeometry relative="1" as="geometry" />
        </mxCell>
        <mxCell id="In8fDh9ZLN2M87an2Miy-82" parent="1" style="whiteSpace=wrap;html=1;" value="loan_application&lt;br&gt;next_retry_at = now + 5min" vertex="1">
          <mxGeometry height="60" width="170" x="5283.87" y="1890" as="geometry" />
        </mxCell>
        <mxCell id="In8fDh9ZLN2M87an2Miy-88" parent="1" style="whiteSpace=wrap;html=1;" value="create loan" vertex="1">
          <mxGeometry height="60" width="215" x="5568.87" y="2063.75" as="geometry" />
        </mxCell>
        <mxCell id="In8fDh9ZLN2M87an2Miy-94" parent="1" style="whiteSpace=wrap;html=1;" value="retry_count &amp;gt; 3&lt;br&gt;status = unknown" vertex="1">
          <mxGeometry height="60" width="120" x="5308.87" y="2010" as="geometry" />
        </mxCell>
        <mxCell id="In8fDh9ZLN2M87an2Miy-105" parent="1" style="rounded=0;whiteSpace=wrap;html=1;" value="Scheduler" vertex="1">
          <mxGeometry height="60" width="120" x="3119.5" y="1397.5" as="geometry" />
        </mxCell>
        <mxCell id="In8fDh9ZLN2M87an2Miy-127" edge="1" parent="1" source="In8fDh9ZLN2M87an2Miy-111" style="edgeStyle=orthogonalEdgeStyle;rounded=0;orthogonalLoop=1;jettySize=auto;html=1;" target="In8fDh9ZLN2M87an2Miy-126" value="">
          <mxGeometry relative="1" as="geometry" />
        </mxCell>
        <mxCell id="In8fDh9ZLN2M87an2Miy-135" edge="1" parent="1" source="In8fDh9ZLN2M87an2Miy-111" style="edgeStyle=orthogonalEdgeStyle;rounded=0;orthogonalLoop=1;jettySize=auto;html=1;entryX=0;entryY=0.5;entryDx=0;entryDy=0;" target="In8fDh9ZLN2M87an2Miy-134">
          <mxGeometry relative="1" as="geometry" />
        </mxCell>
        <mxCell id="In8fDh9ZLN2M87an2Miy-111" parent="1" style="rhombus;whiteSpace=wrap;html=1;" value="loan -&amp;gt; casa amount = loan_amount" vertex="1">
          <mxGeometry height="180" width="166.25" x="4219.5" y="2190" as="geometry" />
        </mxCell>
        <mxCell id="In8fDh9ZLN2M87an2Miy-113" parent="1" style="whiteSpace=wrap;html=1;" value="status = approved&lt;br&gt;processed_at = now&lt;br&gt;release held_amount&lt;br&gt;create loan" vertex="1">
          <mxGeometry height="72.5" width="130" x="4918.87" y="2243.75" as="geometry" />
        </mxCell>
        <mxCell id="In8fDh9ZLN2M87an2Miy-122" edge="1" parent="1" source="In8fDh9ZLN2M87an2Miy-118" style="edgeStyle=orthogonalEdgeStyle;rounded=0;orthogonalLoop=1;jettySize=auto;html=1;" target="In8fDh9ZLN2M87an2Miy-121" value="">
          <mxGeometry relative="1" as="geometry" />
        </mxCell>
        <mxCell id="In8fDh9ZLN2M87an2Miy-118" parent="1" style="whiteSpace=wrap;html=1;" value="row lock&lt;br&gt;loan_application" vertex="1">
          <mxGeometry height="60" width="120" x="4069.5" y="1402.5" as="geometry" />
        </mxCell>
        <mxCell id="In8fDh9ZLN2M87an2Miy-124" edge="1" parent="1" source="In8fDh9ZLN2M87an2Miy-121" style="edgeStyle=orthogonalEdgeStyle;rounded=0;orthogonalLoop=1;jettySize=auto;html=1;" target="In8fDh9ZLN2M87an2Miy-123" value="">
          <mxGeometry relative="1" as="geometry" />
        </mxCell>
        <mxCell id="In8fDh9ZLN2M87an2Miy-125" edge="1" parent="1" source="In8fDh9ZLN2M87an2Miy-121" style="edgeStyle=orthogonalEdgeStyle;rounded=0;orthogonalLoop=1;jettySize=auto;html=1;entryX=0.5;entryY=0;entryDx=0;entryDy=0;" target="In8fDh9ZLN2M87an2Miy-69">
          <mxGeometry relative="1" as="geometry" />
        </mxCell>
        <mxCell id="In8fDh9ZLN2M87an2Miy-121" parent="1" style="rhombus;whiteSpace=wrap;html=1;" value="processed_at &lt;br&gt;is not null" vertex="1">
          <mxGeometry height="115" width="110" x="4249.5" y="1375" as="geometry" />
        </mxCell>
        <mxCell id="In8fDh9ZLN2M87an2Miy-123" parent="1" style="whiteSpace=wrap;html=1;" value="skip processing" vertex="1">
          <mxGeometry height="60" width="120" x="4434.5" y="1402.5" as="geometry" />
        </mxCell>
        <mxCell id="In8fDh9ZLN2M87an2Miy-129" edge="1" parent="1" source="In8fDh9ZLN2M87an2Miy-126" style="edgeStyle=orthogonalEdgeStyle;rounded=0;orthogonalLoop=1;jettySize=auto;html=1;" target="In8fDh9ZLN2M87an2Miy-128" value="">
          <mxGeometry relative="1" as="geometry" />
        </mxCell>
        <mxCell id="In8fDh9ZLN2M87an2Miy-126" parent="1" style="whiteSpace=wrap;html=1;" value="loan was not issued fully" vertex="1">
          <mxGeometry height="60" width="120" x="4242.625" y="2462.5" as="geometry" />
        </mxCell>
        <mxCell id="In8fDh9ZLN2M87an2Miy-128" parent="1" style="whiteSpace=wrap;html=1;" value="status = review?" vertex="1">
          <mxGeometry height="60" width="120" x="4242.625" y="2602.5" as="geometry" />
        </mxCell>
        <mxCell id="In8fDh9ZLN2M87an2Miy-130" parent="1" style="rounded=0;whiteSpace=wrap;html=1;fontSize=21;" value="WHERE TO TRIGGER CGW???" vertex="1">
          <mxGeometry height="290" width="450.63" x="5285.74" y="2290" as="geometry" />
        </mxCell>
        <mxCell id="In8fDh9ZLN2M87an2Miy-133" edge="1" parent="1" source="In8fDh9ZLN2M87an2Miy-131" style="edgeStyle=orthogonalEdgeStyle;rounded=0;orthogonalLoop=1;jettySize=auto;html=1;" target="In8fDh9ZLN2M87an2Miy-88" value="">
          <mxGeometry relative="1" as="geometry" />
        </mxCell>
        <mxCell id="In8fDh9ZLN2M87an2Miy-131" parent="1" style="whiteSpace=wrap;html=1;" value="processed_at = now" vertex="1">
          <mxGeometry height="60" width="120" x="5616.37" y="1942.5" as="geometry" />
        </mxCell>
        <mxCell id="In8fDh9ZLN2M87an2Miy-141" edge="1" parent="1" source="In8fDh9ZLN2M87an2Miy-134" style="edgeStyle=orthogonalEdgeStyle;rounded=0;orthogonalLoop=1;jettySize=auto;html=1;entryX=0;entryY=0.5;entryDx=0;entryDy=0;" target="In8fDh9ZLN2M87an2Miy-139">
          <mxGeometry relative="1" as="geometry" />
        </mxCell>
        <mxCell id="In8fDh9ZLN2M87an2Miy-145" edge="1" parent="1" source="In8fDh9ZLN2M87an2Miy-134" style="edgeStyle=orthogonalEdgeStyle;rounded=0;orthogonalLoop=1;jettySize=auto;html=1;" target="In8fDh9ZLN2M87an2Miy-144" value="">
          <mxGeometry relative="1" as="geometry" />
        </mxCell>
        <mxCell id="In8fDh9ZLN2M87an2Miy-134" parent="1" style="rhombus;whiteSpace=wrap;html=1;" value="casa -&amp;gt; domestic (CGW)&lt;br&gt;exists?" vertex="1">
          <mxGeometry height="180" width="190" x="4449.5" y="2190" as="geometry" />
        </mxCell>
        <mxCell id="In8fDh9ZLN2M87an2Miy-142" edge="1" parent="1" source="In8fDh9ZLN2M87an2Miy-139" style="edgeStyle=orthogonalEdgeStyle;rounded=0;orthogonalLoop=1;jettySize=auto;html=1;entryX=0;entryY=0.5;entryDx=0;entryDy=0;" target="In8fDh9ZLN2M87an2Miy-113">
          <mxGeometry relative="1" as="geometry" />
        </mxCell>
        <mxCell id="In8fDh9ZLN2M87an2Miy-139" parent="1" style="rhombus;whiteSpace=wrap;html=1;" value="casa -&amp;gt; domestic amount = loan_amount" vertex="1">
          <mxGeometry height="180" width="172.5" x="4699.5" y="2190" as="geometry" />
        </mxCell>
        <mxCell id="In8fDh9ZLN2M87an2Miy-147" edge="1" parent="1" source="In8fDh9ZLN2M87an2Miy-144" style="edgeStyle=orthogonalEdgeStyle;rounded=0;orthogonalLoop=1;jettySize=auto;html=1;" target="In8fDh9ZLN2M87an2Miy-146" value="">
          <mxGeometry relative="1" as="geometry" />
        </mxCell>
        <mxCell id="In8fDh9ZLN2M87an2Miy-144" parent="1" style="whiteSpace=wrap;html=1;" value="Trigger CGW" vertex="1">
          <mxGeometry height="60" width="120" x="4484.5" y="2482.5" as="geometry" />
        </mxCell>
        <mxCell id="In8fDh9ZLN2M87an2Miy-148" edge="1" parent="1" source="In8fDh9ZLN2M87an2Miy-146" style="edgeStyle=orthogonalEdgeStyle;rounded=0;orthogonalLoop=1;jettySize=auto;html=1;entryX=0.5;entryY=1;entryDx=0;entryDy=0;" target="In8fDh9ZLN2M87an2Miy-113">
          <mxGeometry relative="1" as="geometry" />
        </mxCell>
        <mxCell id="In8fDh9ZLN2M87an2Miy-150" edge="1" parent="1" source="In8fDh9ZLN2M87an2Miy-146" style="edgeStyle=orthogonalEdgeStyle;rounded=0;orthogonalLoop=1;jettySize=auto;html=1;" target="In8fDh9ZLN2M87an2Miy-149" value="">
          <mxGeometry relative="1" as="geometry" />
        </mxCell>
        <mxCell id="In8fDh9ZLN2M87an2Miy-146" parent="1" style="rhombus;whiteSpace=wrap;html=1;" value="200" vertex="1">
          <mxGeometry height="80" width="80" x="4704.5" y="2472.5" as="geometry" />
        </mxCell>
        <mxCell id="In8fDh9ZLN2M87an2Miy-149" parent="1" style="whiteSpace=wrap;html=1;" value="next_retry_at = now + 5min" vertex="1">
          <mxGeometry height="60" width="155" x="4667" y="2622.5" as="geometry" />
        </mxCell>
        <mxCell id="In8fDh9ZLN2M87an2Miy-154" edge="1" parent="1" source="In8fDh9ZLN2M87an2Miy-152" style="edgeStyle=orthogonalEdgeStyle;rounded=0;orthogonalLoop=1;jettySize=auto;html=1;entryX=0;entryY=0.5;entryDx=0;entryDy=0;" target="In8fDh9ZLN2M87an2Miy-153">
          <mxGeometry relative="1" as="geometry" />
        </mxCell>
        <mxCell id="In8fDh9ZLN2M87an2Miy-176" edge="1" parent="1" source="In8fDh9ZLN2M87an2Miy-152" style="edgeStyle=orthogonalEdgeStyle;rounded=0;orthogonalLoop=1;jettySize=auto;html=1;" target="In8fDh9ZLN2M87an2Miy-175" value="">
          <mxGeometry relative="1" as="geometry" />
        </mxCell>
        <mxCell id="In8fDh9ZLN2M87an2Miy-152" parent="1" style="rhombus;whiteSpace=wrap;html=1;" value="Polaris&lt;br&gt;/loan/&lt;span style=&quot;color: rgb(33, 33, 33); font-family: Inter, system-ui, -apple-system, &amp;quot;system-ui&amp;quot;, &amp;quot;Segoe UI&amp;quot;, Roboto, Oxygen, Ubuntu, Cantarell, &amp;quot;Fira Sans&amp;quot;, &amp;quot;Droid Sans&amp;quot;, Helvetica, Arial, sans-serif; text-align: left; white-space: pre-wrap; background-color: rgb(255, 255, 255);&quot;&gt;getAccountDetail&lt;/span&gt;&lt;br&gt;loan_application.amount &amp;lt;= polaris.available_amount" vertex="1">
          <mxGeometry height="190" width="230" x="1802.5" y="1060" as="geometry" />
        </mxCell>
        <mxCell id="In8fDh9ZLN2M87an2Miy-158" edge="1" parent="1" source="In8fDh9ZLN2M87an2Miy-153" style="edgeStyle=orthogonalEdgeStyle;rounded=0;orthogonalLoop=1;jettySize=auto;html=1;entryX=0;entryY=0.5;entryDx=0;entryDy=0;" target="In8fDh9ZLN2M87an2Miy-157">
          <mxGeometry relative="1" as="geometry" />
        </mxCell>
        <mxCell id="In8fDh9ZLN2M87an2Miy-153" parent="1" style="whiteSpace=wrap;html=1;" value="Polaris /loan/&lt;span style=&quot;color: rgb(33, 33, 33); font-family: Inter, system-ui, -apple-system, &amp;quot;system-ui&amp;quot;, &amp;quot;Segoe UI&amp;quot;, Roboto, Oxygen, Ubuntu, Cantarell, &amp;quot;Fira Sans&amp;quot;, &amp;quot;Droid Sans&amp;quot;, Helvetica, Arial, sans-serif; text-align: left; white-space: pre-wrap; background-color: rgb(255, 255, 255);&quot;&gt;grantLoanNonCash&lt;br/&gt;+ CGW trigger&lt;/span&gt;" vertex="1">
          <mxGeometry height="60" width="170" x="2120" y="1125" as="geometry" />
        </mxCell>
        <mxCell id="In8fDh9ZLN2M87an2Miy-177" edge="1" parent="1" source="In8fDh9ZLN2M87an2Miy-157" style="edgeStyle=orthogonalEdgeStyle;rounded=0;orthogonalLoop=1;jettySize=auto;html=1;entryX=0;entryY=0.5;entryDx=0;entryDy=0;" target="In8fDh9ZLN2M87an2Miy-105">
          <mxGeometry relative="1" as="geometry">
            <Array as="points">
              <mxPoint x="2400" y="1427" />
            </Array>
            <mxPoint x="2809.5" y="1427.5" as="targetPoint" />
          </mxGeometry>
        </mxCell>
        <mxCell id="In8fDh9ZLN2M87an2Miy-157" parent="1" style="rhombus;whiteSpace=wrap;html=1;" value="200" vertex="1">
          <mxGeometry height="80" width="80" x="2360" y="1115" as="geometry" />
        </mxCell>
        <mxCell id="In8fDh9ZLN2M87an2Miy-164" edge="1" parent="1" source="In8fDh9ZLN2M87an2Miy-161" style="edgeStyle=orthogonalEdgeStyle;rounded=0;orthogonalLoop=1;jettySize=auto;html=1;" target="In8fDh9ZLN2M87an2Miy-162" value="">
          <mxGeometry relative="1" as="geometry" />
        </mxCell>
        <mxCell id="In8fDh9ZLN2M87an2Miy-161" parent="1" style="rounded=0;whiteSpace=wrap;html=1;" value="loan account row lock" vertex="1">
          <mxGeometry height="60" width="145" x="895" y="1125" as="geometry" />
        </mxCell>
        <mxCell id="In8fDh9ZLN2M87an2Miy-165" edge="1" parent="1" source="In8fDh9ZLN2M87an2Miy-162" style="edgeStyle=orthogonalEdgeStyle;rounded=0;orthogonalLoop=1;jettySize=auto;html=1;" target="In8fDh9ZLN2M87an2Miy-12">
          <mxGeometry relative="1" as="geometry" />
        </mxCell>
        <mxCell id="In8fDh9ZLN2M87an2Miy-162" parent="1" style="rounded=0;whiteSpace=wrap;html=1;" value="&lt;span style=&quot;font-weight: 700; text-align: left;&quot;&gt;ROWLOCK - loan_limits.held_amount += amount&lt;/span&gt;" vertex="1">
          <mxGeometry height="60" width="215" x="1120" y="1125" as="geometry" />
        </mxCell>
        <mxCell id="In8fDh9ZLN2M87an2Miy-184" edge="1" parent="1" source="In8fDh9ZLN2M87an2Miy-166" style="edgeStyle=orthogonalEdgeStyle;rounded=0;orthogonalLoop=1;jettySize=auto;html=1;" target="In8fDh9ZLN2M87an2Miy-183" value="">
          <mxGeometry relative="1" as="geometry" />
        </mxCell>
        <mxCell id="In8fDh9ZLN2M87an2Miy-166" parent="1" style="swimlane;fontStyle=0;childLayout=stackLayout;horizontal=1;startSize=30;horizontalStack=0;resizeParent=1;resizeParentMax=0;resizeLast=0;collapsible=1;marginBottom=0;whiteSpace=wrap;html=1;" value="Loan issued" vertex="1">
          <mxGeometry height="120" width="210" x="2590" y="1130" as="geometry" />
        </mxCell>
        <mxCell id="In8fDh9ZLN2M87an2Miy-167" parent="In8fDh9ZLN2M87an2Miy-166" style="text;strokeColor=none;fillColor=none;align=left;verticalAlign=middle;spacingLeft=4;spacingRight=4;overflow=hidden;points=[[0,0.5],[1,0.5]];portConstraint=eastwest;rotatable=0;whiteSpace=wrap;html=1;" value="loan_application = approved" vertex="1">
          <mxGeometry height="30" width="210" y="30" as="geometry" />
        </mxCell>
        <mxCell id="In8fDh9ZLN2M87an2Miy-168" parent="In8fDh9ZLN2M87an2Miy-166" style="text;strokeColor=none;fillColor=none;align=left;verticalAlign=middle;spacingLeft=4;spacingRight=4;overflow=hidden;points=[[0,0.5],[1,0.5]];portConstraint=eastwest;rotatable=0;whiteSpace=wrap;html=1;" value="create loan" vertex="1">
          <mxGeometry height="30" width="210" y="60" as="geometry" />
        </mxCell>
        <mxCell id="In8fDh9ZLN2M87an2Miy-169" parent="In8fDh9ZLN2M87an2Miy-166" style="text;strokeColor=none;fillColor=none;align=left;verticalAlign=middle;spacingLeft=4;spacingRight=4;overflow=hidden;points=[[0,0.5],[1,0.5]];portConstraint=eastwest;rotatable=0;whiteSpace=wrap;html=1;" value="release lock" vertex="1">
          <mxGeometry height="30" width="210" y="90" as="geometry" />
        </mxCell>
        <mxCell id="In8fDh9ZLN2M87an2Miy-170" edge="1" parent="1" source="In8fDh9ZLN2M87an2Miy-157" style="edgeStyle=orthogonalEdgeStyle;rounded=0;orthogonalLoop=1;jettySize=auto;html=1;entryX=0.003;entryY=0.156;entryDx=0;entryDy=0;entryPerimeter=0;" target="In8fDh9ZLN2M87an2Miy-166">
          <mxGeometry relative="1" as="geometry" />
        </mxCell>
        <mxCell id="In8fDh9ZLN2M87an2Miy-174" parent="1" style="text;html=1;whiteSpace=wrap;strokeColor=none;fillColor=none;align=center;verticalAlign=middle;rounded=0;" value="&lt;div style=&quot;background-color:#ffffff;color:#080808&quot;&gt;&lt;pre style=&quot;font-family:&#39;JetBrains Mono&#39;,monospace;font-size:9.8pt;&quot;&gt;&lt;span style=&quot;color:#9e880d;&quot;&gt;@Transactional&lt;/span&gt;(propagation = &lt;span style=&quot;color:#000000;&quot;&gt;Propagation&lt;/span&gt;.&lt;span style=&quot;color:#871094;font-style:italic;&quot;&gt;REQUIRES_NEW&lt;/span&gt;)&lt;/pre&gt;&lt;/div&gt;" vertex="1">
          <mxGeometry height="30" width="240" x="1200" y="1010" as="geometry" />
        </mxCell>
        <mxCell id="In8fDh9ZLN2M87an2Miy-175" parent="1" style="whiteSpace=wrap;html=1;" value="Rollback, return error" vertex="1">
          <mxGeometry height="60" width="132.5" x="1851.25" y="1295" as="geometry" />
        </mxCell>
        <mxCell id="In8fDh9ZLN2M87an2Miy-186" edge="1" parent="1" source="In8fDh9ZLN2M87an2Miy-183" style="edgeStyle=orthogonalEdgeStyle;rounded=0;orthogonalLoop=1;jettySize=auto;html=1;" target="In8fDh9ZLN2M87an2Miy-185" value="">
          <mxGeometry relative="1" as="geometry" />
        </mxCell>
        <mxCell id="In8fDh9ZLN2M87an2Miy-187" edge="1" parent="1" source="In8fDh9ZLN2M87an2Miy-183" style="edgeStyle=orthogonalEdgeStyle;rounded=0;orthogonalLoop=1;jettySize=auto;html=1;" target="In8fDh9ZLN2M87an2Miy-105">
          <mxGeometry relative="1" as="geometry">
            <Array as="points">
              <mxPoint x="2995" y="1427" />
            </Array>
          </mxGeometry>
        </mxCell>
        <mxCell id="In8fDh9ZLN2M87an2Miy-183" parent="1" style="rhombus;whiteSpace=wrap;html=1;fontStyle=0;startSize=30;horizontal=1;" value="db transaction success?" vertex="1">
          <mxGeometry height="135" width="130" x="2930" y="1122.5" as="geometry" />
        </mxCell>
        <mxCell id="In8fDh9ZLN2M87an2Miy-185" parent="1" style="whiteSpace=wrap;html=1;fontStyle=0;startSize=30;horizontal=1;" value="return success to client" vertex="1">
          <mxGeometry height="60" width="120" x="3145" y="1160" as="geometry" />
        </mxCell>
        <mxCell id="In8fDh9ZLN2M87an2Miy-189" parent="1" style="text;html=1;whiteSpace=wrap;strokeColor=none;fillColor=none;align=center;verticalAlign=middle;rounded=0;fontSize=26;" value="&lt;div style=&quot;background-color:#ffffff;color:#080808&quot;&gt;&lt;pre style=&quot;font-family: &amp;quot;JetBrains Mono&amp;quot;, monospace;&quot;&gt;&lt;span style=&quot;color:#9e880d;&quot;&gt;@Transactional&lt;/span&gt;(propagation = &lt;span style=&quot;color:#000000;&quot;&gt;Propagation&lt;/span&gt;.&lt;span style=&quot;color:#871094;font-style:italic;&quot;&gt;REQUIRES_NEW&lt;/span&gt;)&lt;/pre&gt;&lt;/div&gt;" vertex="1">
          <mxGeometry height="30" width="240" x="4918.87" y="1265" as="geometry" />
        </mxCell>
      </root>
    </mxGraphModel>
  </diagram>
</mxfile>
